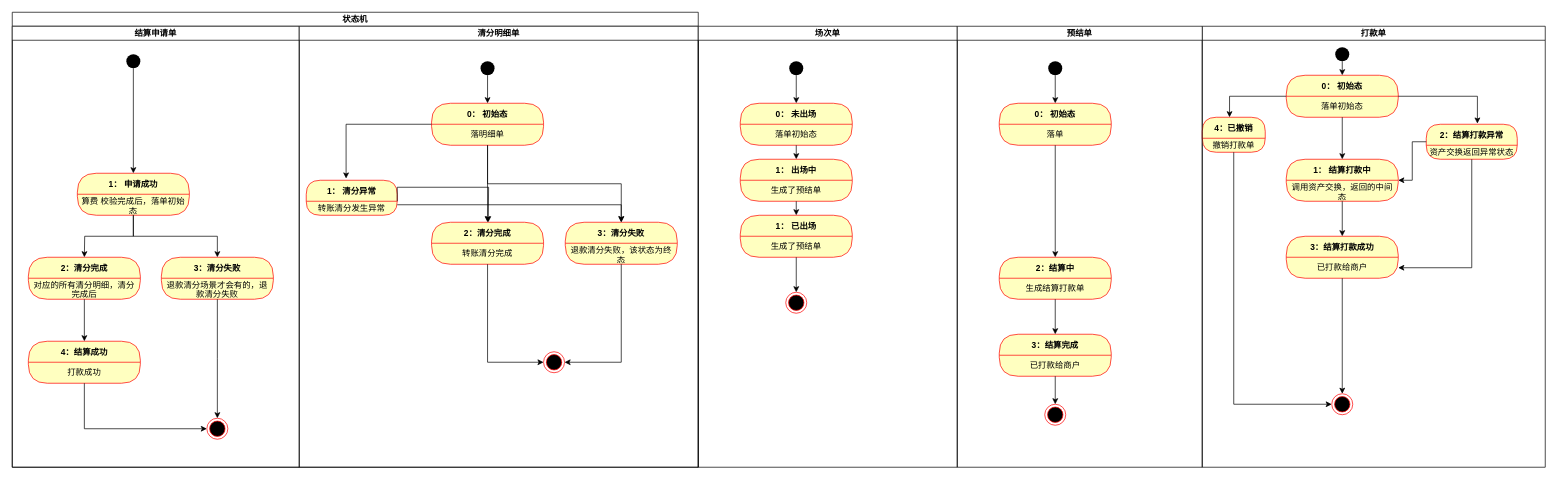
Before: merchant-settle/状态机.drawio in DominicElvira/Diagrams, a draw.io diagram. Source tidied: cells renumbered, new cells numbered last; positions are measured from the earlier drawing's top-left corner, leaving out a move shared by most shapes. Both pictures are drawn from the tidied source at 70%, with x=0, y=0 at pixel (12, 12).
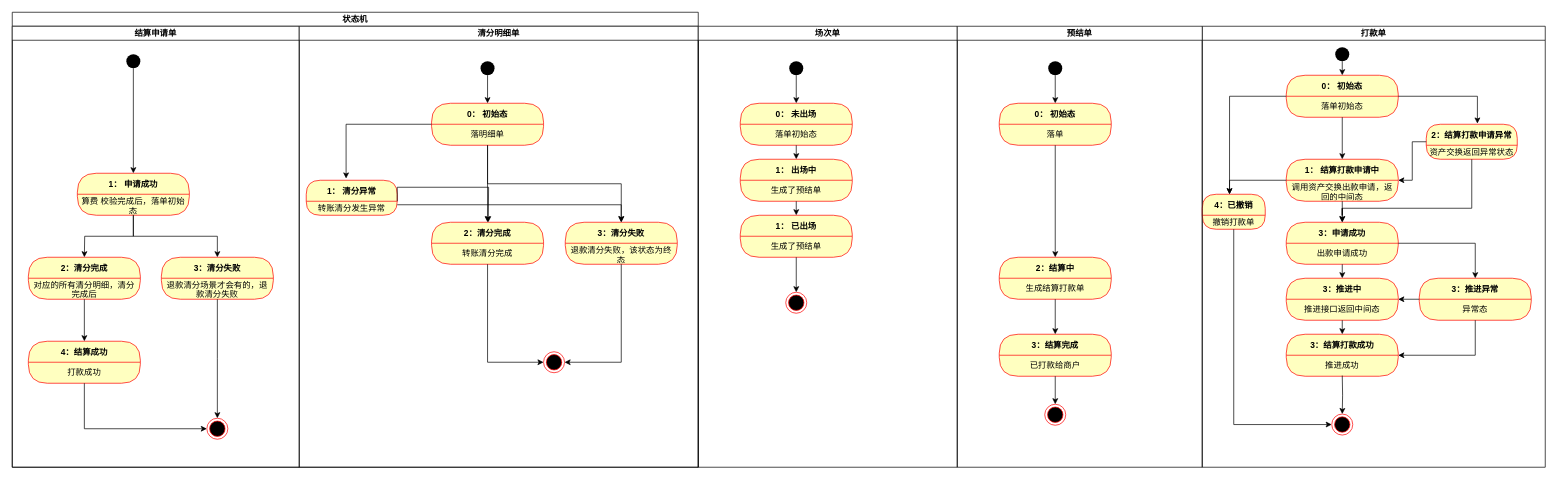
The same diagram, later.

Unchanged cells that the change refers to:
```xml
<mxCell id="49" value="打款单" style="swimlane;startSize=20;" parent="1" vertex="1">
  <mxGeometry x="1700" y="20" width="490" height="630" as="geometry" />
</mxCell>
<mxCell id="54" value="资产交换返回异常状态" style="text;html=1;strokeColor=none;fillColor=none;align=center;verticalAlign=middle;spacingLeft=4;spacingRight=4;whiteSpace=wrap;overflow=hidden;fontColor=#000000;" parent="53" vertex="1">
  <mxGeometry y="30" width="130" height="20" as="geometry" />
</mxCell>
```

Diff of the diagram source:
```diff
@@
-    <mxCell id="53" value="2：结算打款异常" style="swimlane;fontStyle=1;align=center;verticalAlign=middle;horizontal=1;startSize=30;fontColor=#000000;rounded=1;arcSize=30;strokeColor=#ff0000;fillColor=#ffffc0;swimlaneFillColor=#ffffc0;" parent="49" vertex="1">
+    <mxCell id="53" value="2：结算打款申请异常" style="swimlane;fontStyle=1;align=center;verticalAlign=middle;horizontal=1;startSize=30;fontColor=#000000;rounded=1;arcSize=30;strokeColor=#ff0000;fillColor=#ffffc0;swimlaneFillColor=#ffffc0;" parent="49" vertex="1">
       <mxGeometry x="320" y="140" width="130" height="50" as="geometry" />
     </mxCell>
@@
-    <mxCell id="55" value="1： 结算打款中" style="swimlane;fontStyle=1;align=center;verticalAlign=middle;horizontal=1;startSize=30;fontColor=#000000;rounded=1;arcSize=30;strokeColor=#ff0000;fillColor=#ffffc0;swimlaneFillColor=#ffffc0;" parent="49" vertex="1">
+    <mxCell id="55" value="1： 结算打款申请中" style="swimlane;fontStyle=1;align=center;verticalAlign=middle;horizontal=1;startSize=30;fontColor=#000000;rounded=1;arcSize=30;strokeColor=#ff0000;fillColor=#ffffc0;swimlaneFillColor=#ffffc0;" parent="49" vertex="1">
       <mxGeometry x="120" y="190" width="160" height="60" as="geometry" />
     </mxCell>
-    <mxCell id="56" value="调用资产交换，返回的中间态" style="text;html=1;strokeColor=none;fillColor=none;align=center;verticalAlign=middle;spacingLeft=4;spacingRight=4;whiteSpace=wrap;overflow=hidden;fontColor=#000000;" parent="55" vertex="1">
+    <mxCell id="56" value="调用资产交换出款申请，返回的中间态" style="text;html=1;strokeColor=none;fillColor=none;align=center;verticalAlign=middle;spacingLeft=4;spacingRight=4;whiteSpace=wrap;overflow=hidden;fontColor=#000000;" parent="55" vertex="1">
       <mxGeometry y="30" width="160" height="30" as="geometry" />
     </mxCell>
@@
     <mxCell id="60" value="3：结算打款成功" style="swimlane;fontStyle=1;align=center;verticalAlign=middle;horizontal=1;startSize=30;fontColor=#000000;rounded=1;arcSize=30;strokeColor=#ff0000;fillColor=#ffffc0;swimlaneFillColor=#ffffc0;" parent="49" vertex="1">
-      <mxGeometry x="120" y="300" width="160" height="60" as="geometry" />
+      <mxGeometry x="120" y="440" width="160" height="60" as="geometry" />
     </mxCell>
-    <mxCell id="61" value="已打款给商户" style="text;html=1;strokeColor=none;fillColor=none;align=center;verticalAlign=middle;spacingLeft=4;spacingRight=4;whiteSpace=wrap;overflow=hidden;fontColor=#000000;" parent="60" vertex="1">
+    <mxCell id="61" value="推进成功" style="text;html=1;strokeColor=none;fillColor=none;align=center;verticalAlign=middle;spacingLeft=4;spacingRight=4;whiteSpace=wrap;overflow=hidden;fontColor=#000000;" parent="60" vertex="1">
       <mxGeometry y="30" width="160" height="30" as="geometry" />
     </mxCell>
     <mxCell id="62" style="ellipse;html=1;shape=endState;fillColor=#000000;strokeColor=#ff0000;" parent="49" vertex="1">
-      <mxGeometry x="185" y="525" width="30" height="30" as="geometry" />
+      <mxGeometry x="185" y="554" width="30" height="30" as="geometry" />
     </mxCell>
-    <mxCell id="63" style="edgeStyle=orthogonalEdgeStyle;rounded=0;jettySize=auto;html=1;exitX=0.5;exitY=1;exitDx=0;exitDy=0;entryX=0.5;entryY=0;entryDx=0;entryDy=0;" parent="49" edge="1" source="56" target="60">
-      <mxGeometry relative="1" as="geometry" />
-    </mxCell>
     <mxCell id="64" value="4：已撤销" style="swimlane;fontStyle=1;align=center;verticalAlign=middle;horizontal=1;startSize=30;fontColor=#000000;rounded=1;arcSize=30;strokeColor=#ff0000;fillColor=#ffffc0;swimlaneFillColor=#ffffc0;" parent="49" vertex="1">
-      <mxGeometry y="130" width="90" height="50" as="geometry" />
+      <mxGeometry y="240" width="90" height="50" as="geometry" />
     </mxCell>
@@
-    <mxCell id="68" style="edgeStyle=orthogonalEdgeStyle;rounded=0;jettySize=auto;html=1;exitX=0.5;exitY=1;exitDx=0;exitDy=0;" parent="49" edge="1" source="61" target="62">
-      <mxGeometry relative="1" as="geometry" />
+    <mxCell id="68" style="edgeStyle=orthogonalEdgeStyle;rounded=0;jettySize=auto;html=1;exitX=0.5;exitY=1;exitDx=0;exitDy=0;" parent="49" edge="1" target="62">
+      <mxGeometry relative="1" as="geometry">
+        <mxPoint x="200" y="499" as="sourcePoint" />
+      </mxGeometry>
     </mxCell>
@@
-    <mxCell id="70" style="edgeStyle=orthogonalEdgeStyle;rounded=0;jettySize=auto;html=1;exitX=0.5;exitY=1;exitDx=0;exitDy=0;entryX=1;entryY=0.5;entryDx=0;entryDy=0;" parent="49" edge="1" source="54" target="61">
-      <mxGeometry relative="1" as="geometry" />
-    </mxCell>
+    <mxCell id="87" value="3：申请成功" style="swimlane;fontStyle=1;align=center;verticalAlign=middle;horizontal=1;startSize=30;fontColor=#000000;rounded=1;arcSize=30;strokeColor=#ff0000;fillColor=#ffffc0;swimlaneFillColor=#ffffc0;" parent="49" vertex="1">
+      <mxGeometry x="120" y="280" width="160" height="60" as="geometry" />
+    </mxCell>
+    <mxCell id="88" value="出款申请成功" style="text;html=1;strokeColor=none;fillColor=none;align=center;verticalAlign=middle;spacingLeft=4;spacingRight=4;whiteSpace=wrap;overflow=hidden;fontColor=#000000;" parent="87" vertex="1">
+      <mxGeometry y="30" width="160" height="30" as="geometry" />
+    </mxCell>
+    <mxCell id="89" value="3：推进异常" style="swimlane;fontStyle=1;align=center;verticalAlign=middle;horizontal=1;startSize=30;fontColor=#000000;rounded=1;arcSize=30;strokeColor=#ff0000;fillColor=#ffffc0;swimlaneFillColor=#ffffc0;" parent="49" vertex="1">
+      <mxGeometry x="310" y="360" width="160" height="60" as="geometry" />
+    </mxCell>
+    <mxCell id="90" value="异常态" style="text;html=1;strokeColor=none;fillColor=none;align=center;verticalAlign=middle;spacingLeft=4;spacingRight=4;whiteSpace=wrap;overflow=hidden;fontColor=#000000;" parent="89" vertex="1">
+      <mxGeometry y="30" width="160" height="30" as="geometry" />
+    </mxCell>
+    <mxCell id="91" value="3：推进中" style="swimlane;fontStyle=1;align=center;verticalAlign=middle;horizontal=1;startSize=30;fontColor=#000000;rounded=1;arcSize=30;strokeColor=#ff0000;fillColor=#ffffc0;swimlaneFillColor=#ffffc0;" parent="49" vertex="1">
+      <mxGeometry x="120" y="360" width="160" height="60" as="geometry" />
+    </mxCell>
+    <mxCell id="92" value="推进接口返回中间态" style="text;html=1;strokeColor=none;fillColor=none;align=center;verticalAlign=middle;spacingLeft=4;spacingRight=4;whiteSpace=wrap;overflow=hidden;fontColor=#000000;" parent="91" vertex="1">
+      <mxGeometry y="30" width="160" height="30" as="geometry" />
+    </mxCell>
+    <mxCell id="93" style="edgeStyle=orthogonalEdgeStyle;rounded=0;jettySize=auto;html=1;exitX=0.5;exitY=1;exitDx=0;exitDy=0;" parent="49" edge="1" source="56" target="87">
+      <mxGeometry relative="1" as="geometry" />
+    </mxCell>
+    <mxCell id="94" style="edgeStyle=orthogonalEdgeStyle;rounded=0;jettySize=auto;html=1;exitX=0.5;exitY=1;exitDx=0;exitDy=0;entryX=0.5;entryY=0;entryDx=0;entryDy=0;" parent="49" edge="1" source="88" target="91">
+      <mxGeometry relative="1" as="geometry" />
+    </mxCell>
+    <mxCell id="95" style="edgeStyle=orthogonalEdgeStyle;rounded=0;jettySize=auto;html=1;exitX=0.5;exitY=1;exitDx=0;exitDy=0;entryX=0.5;entryY=0;entryDx=0;entryDy=0;" parent="49" edge="1" source="92" target="60">
+      <mxGeometry relative="1" as="geometry" />
+    </mxCell>
+    <mxCell id="96" style="edgeStyle=orthogonalEdgeStyle;rounded=0;jettySize=auto;html=1;exitX=0;exitY=0;exitDx=0;exitDy=0;entryX=0.433;entryY=0;entryDx=0;entryDy=0;entryPerimeter=0;" parent="49" edge="1" source="56" target="64">
+      <mxGeometry relative="1" as="geometry">
+        <Array as="points">
+          <mxPoint x="39" y="220" />
+        </Array>
+      </mxGeometry>
+    </mxCell>
+    <mxCell id="97" style="edgeStyle=orthogonalEdgeStyle;rounded=0;jettySize=auto;html=1;exitX=1;exitY=0;exitDx=0;exitDy=0;entryX=0.5;entryY=0;entryDx=0;entryDy=0;" parent="49" edge="1" source="88" target="89">
+      <mxGeometry relative="1" as="geometry">
+        <Array as="points">
+          <mxPoint x="390" y="310" />
+        </Array>
+      </mxGeometry>
+    </mxCell>
+    <mxCell id="98" style="edgeStyle=orthogonalEdgeStyle;rounded=0;jettySize=auto;html=1;exitX=0;exitY=0;exitDx=0;exitDy=0;entryX=1;entryY=0;entryDx=0;entryDy=0;" parent="49" edge="1" source="90" target="92">
+      <mxGeometry relative="1" as="geometry" />
+    </mxCell>
+    <mxCell id="99" style="edgeStyle=orthogonalEdgeStyle;rounded=0;jettySize=auto;html=1;exitX=0.5;exitY=1;exitDx=0;exitDy=0;entryX=1;entryY=0;entryDx=0;entryDy=0;" parent="49" edge="1" source="90" target="61">
+      <mxGeometry relative="1" as="geometry">
+        <Array as="points">
+          <mxPoint x="390" y="470" />
+        </Array>
+      </mxGeometry>
+    </mxCell>
@@
+    <mxCell id="100" style="edgeStyle=orthogonalEdgeStyle;rounded=0;jettySize=auto;html=1;exitX=0.5;exitY=1;exitDx=0;exitDy=0;" parent="1" edge="1" source="54">
+      <mxGeometry relative="1" as="geometry">
+        <mxPoint x="1900" y="300" as="targetPoint" />
+        <Array as="points">
+          <mxPoint x="2085" y="280" />
+          <mxPoint x="1900" y="280" />
+        </Array>
+      </mxGeometry>
+    </mxCell>
```
